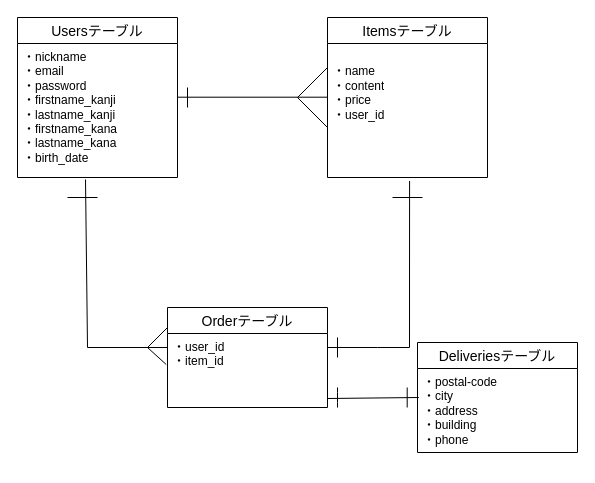
Before: ER.dio in yuyarooneytrigger13/furima-46826, a draw.io diagram. Source tidied: cells renumbered, new cells numbered last; positions are measured from the earlier drawing's top-left corner, leaving out a move shared by most shapes. Both pictures are drawn from the tidied source at 100%, with x=0, y=0 at pixel (17, 17).
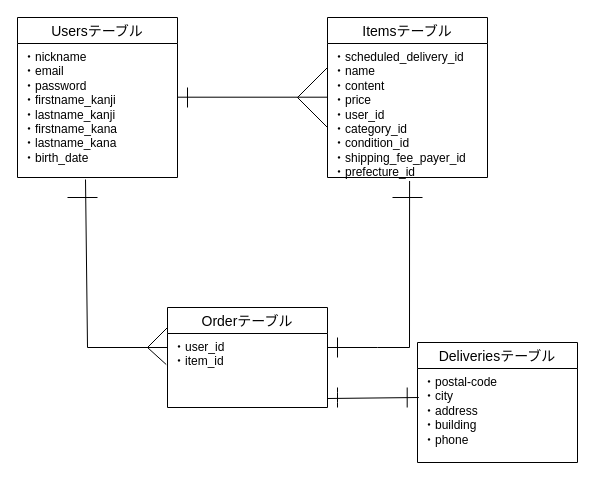
After the change.

The change refers to these unchanged cells:
```xml
<mxCell id="2" value="Itemsテーブル" style="swimlane;fontStyle=0;horizontal=1;startSize=26;align=center;fontSize=14;" parent="1" vertex="1">
  <mxGeometry x="310" width="160" height="160" as="geometry" />
</mxCell>
```

Diff of the diagram source:
```diff
@@
-    <mxCell id="3" value="&lt;br&gt;&lt;div&gt;&lt;font color=&quot;#000000&quot;&gt;・name&lt;/font&gt;&lt;/div&gt;&lt;div&gt;&lt;font color=&quot;#000000&quot;&gt;・content&lt;/font&gt;&lt;/div&gt;&lt;div&gt;&lt;font color=&quot;#000000&quot;&gt;・price&lt;/font&gt;&lt;/div&gt;&lt;div&gt;&lt;font color=&quot;#000000&quot;&gt;・user_id&lt;/font&gt;&lt;/div&gt;" style="text;strokeColor=none;fillColor=none;spacingLeft=4;spacingRight=4;overflow=hidden;points=[[0,0.5],[1,0.5]];portConstraint=eastwest;fontSize=12;whiteSpace=wrap;html=1;" parent="2" vertex="1">
+    <mxCell id="3" value="・scheduled_delivery_id&lt;br&gt;&lt;div&gt;&lt;font color=&quot;#000000&quot;&gt;・name&lt;/font&gt;&lt;/div&gt;&lt;div&gt;&lt;font color=&quot;#000000&quot;&gt;・content&lt;/font&gt;&lt;/div&gt;&lt;div&gt;&lt;font color=&quot;#000000&quot;&gt;・price&lt;/font&gt;&lt;/div&gt;&lt;div&gt;&lt;font color=&quot;#000000&quot;&gt;・user_id&lt;/font&gt;&lt;/div&gt;&lt;div&gt;&lt;font color=&quot;#000000&quot;&gt;・category_id&lt;/font&gt;&lt;/div&gt;&lt;div&gt;&lt;font color=&quot;#000000&quot;&gt;・condition_id&lt;/font&gt;&lt;/div&gt;&lt;div&gt;&lt;font color=&quot;#000000&quot;&gt;・shipping_fee_payer_id&lt;/font&gt;&lt;/div&gt;&lt;div&gt;&lt;font color=&quot;#000000&quot;&gt;・prefecture_id&lt;/font&gt;&lt;/div&gt;" style="text;strokeColor=none;fillColor=none;spacingLeft=4;spacingRight=4;overflow=hidden;points=[[0,0.5],[1,0.5]];portConstraint=eastwest;fontSize=12;whiteSpace=wrap;html=1;" parent="2" vertex="1">
       <mxGeometry y="26" width="160" height="134" as="geometry" />
     </mxCell>
@@
     <mxCell id="6" value="Deliveriesテーブル" style="swimlane;fontStyle=0;horizontal=1;startSize=26;align=center;fontSize=14;" parent="1" vertex="1">
-      <mxGeometry x="400" y="325" width="160" height="110" as="geometry" />
+      <mxGeometry x="400" y="325" width="160" height="120" as="geometry" />
     </mxCell>
     <mxCell id="7" value="・postal-code&lt;div&gt;・city&lt;/div&gt;&lt;div&gt;・address&lt;/div&gt;&lt;div&gt;・building&lt;/div&gt;&lt;div&gt;・phone&lt;/div&gt;&lt;div&gt;&lt;br&gt;&lt;/div&gt;&lt;div&gt;&lt;br&gt;&lt;/div&gt;" style="text;strokeColor=none;fillColor=none;spacingLeft=4;spacingRight=4;overflow=hidden;fontSize=12;whiteSpace=wrap;html=1;" parent="6" vertex="1">
-      <mxGeometry y="26" width="160" height="84" as="geometry" />
+      <mxGeometry y="26" width="160" height="94" as="geometry" />
     </mxCell>
```
